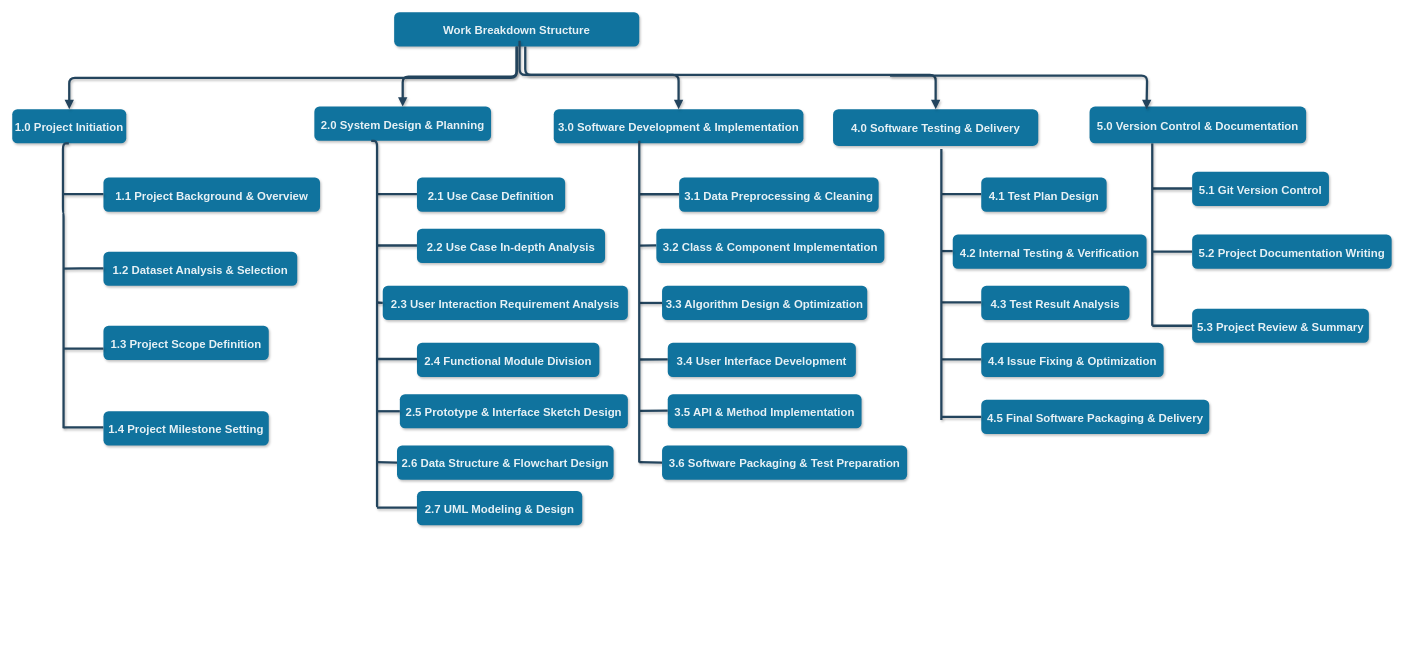
Before: resources/wbs_draft.drawio in wsq94317/SoftwareTechnologyGroup47, a draw.io diagram. Source tidied: cells renumbered, new cells numbered last; positions are measured from the earlier drawing's top-left corner, leaving out a move shared by most shapes. Both pictures are drawn from the tidied source at 57%, with x=0, y=0 at pixel (12, 12).
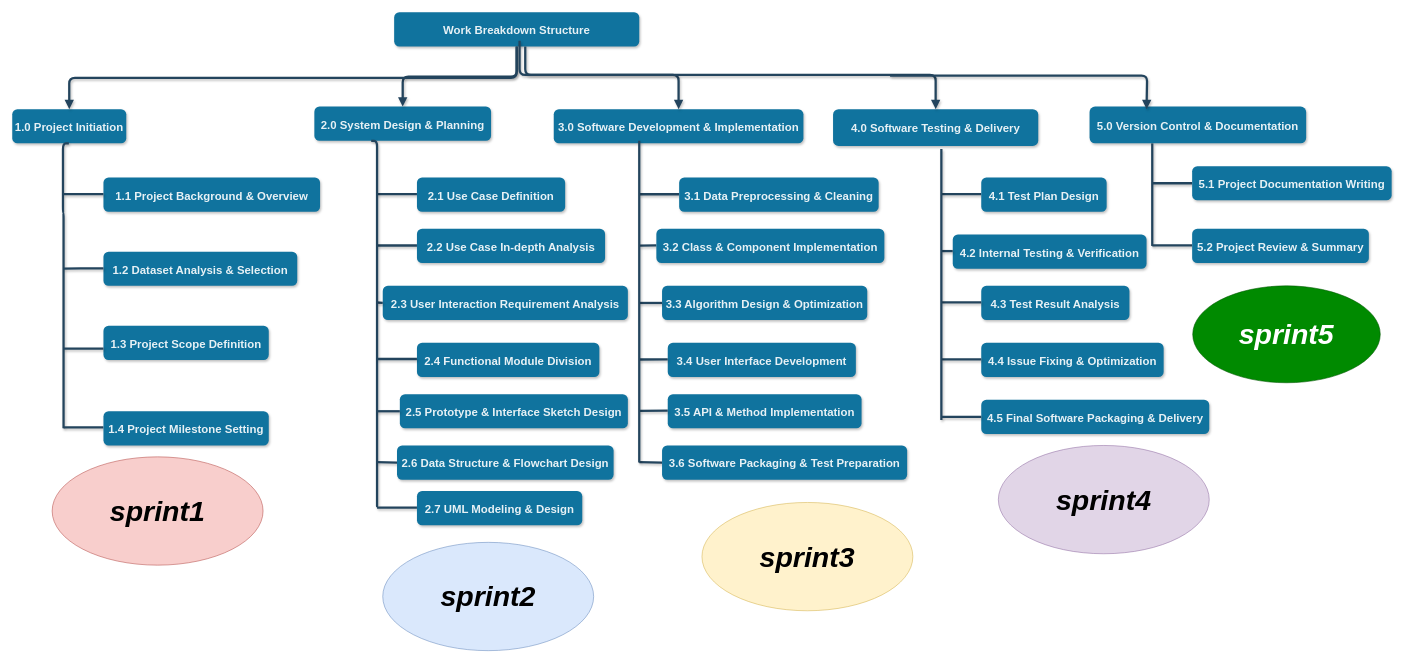
The same page after the edit.

Change to the diagram source:
```diff
@@
-    <mxCell id="57" style="elbow=vertical;strokeWidth=4;endArrow=none;endFill=0;fontStyle=1;strokeColor=#23445D;fontSize=20;textOpacity=90;shadow=1;" parent="1" edge="1">
-      <mxGeometry x="12" y="195.7" as="geometry">
-        <mxPoint x="2000" y="309.2" as="sourcePoint" />
-        <mxPoint x="2070" y="309.2" as="targetPoint" />
-        <Array as="points">
-          <mxPoint x="2040" y="309.2" />
-          <mxPoint x="2070" y="309.2" />
-        </Array>
-      </mxGeometry>
-    </mxCell>
-    <mxCell id="58" value="5.1 Git Version Control" style="rounded=1;fillColor=#10739E;strokeColor=none;shadow=1;gradientColor=none;fontStyle=1;fontColor=#FFFFFF;fontSize=20;textOpacity=90;" parent="1" vertex="1">
-      <mxGeometry x="2070" y="280" width="240" height="60" as="geometry" />
-    </mxCell>
@@
     <mxCell id="63" style="edgeStyle=orthogonalEdgeStyle;elbow=vertical;strokeWidth=4;endArrow=none;endFill=0;fontStyle=1;strokeColor=#23445D;fontSize=20;textOpacity=90;shadow=1;" parent="1" edge="1">
       <mxGeometry x="482" y="161" as="geometry">
         <mxPoint x="2000" y="230" as="sourcePoint" />
-        <mxPoint x="2000" y="550" as="targetPoint" />
+        <mxPoint x="2000" y="410" as="targetPoint" />
       </mxGeometry>
     </mxCell>
     <mxCell id="64" style="elbow=vertical;strokeWidth=4;endArrow=none;endFill=0;fontStyle=1;strokeColor=#23445D;fontSize=20;textOpacity=90;shadow=1;" parent="1" edge="1">
-      <mxGeometry x="12" y="436.5" as="geometry">
-        <mxPoint x="2000" y="550" as="sourcePoint" />
-        <mxPoint x="2070" y="550" as="targetPoint" />
+      <mxGeometry x="12" y="295.6" as="geometry">
+        <mxPoint x="2000" y="409.1" as="sourcePoint" />
+        <mxPoint x="2070" y="409.1" as="targetPoint" />
         <Array as="points">
-          <mxPoint x="2040" y="550" />
-          <mxPoint x="2070" y="550" />
+          <mxPoint x="2040" y="409.1" />
+          <mxPoint x="2070" y="409.1" />
         </Array>
       </mxGeometry>
     </mxCell>
     <mxCell id="65" style="elbow=vertical;strokeWidth=4;endArrow=none;endFill=0;fontStyle=1;strokeColor=#23445D;fontSize=20;textOpacity=90;shadow=1;" parent="1" edge="1">
-      <mxGeometry x="12" y="306.5" as="geometry">
-        <mxPoint x="2000" y="420" as="sourcePoint" />
-        <mxPoint x="2070" y="420" as="targetPoint" />
+      <mxGeometry x="12" y="186.5" as="geometry">
+        <mxPoint x="2000" y="300" as="sourcePoint" />
+        <mxPoint x="2070" y="300" as="targetPoint" />
         <Array as="points">
-          <mxPoint x="2040" y="420" />
-          <mxPoint x="2070" y="420" />
+          <mxPoint x="2040" y="300" />
+          <mxPoint x="2070" y="300" />
         </Array>
       </mxGeometry>
     </mxCell>
-    <mxCell id="66" value="5.2 Project Documentation Writing" style="rounded=1;fillColor=#10739E;strokeColor=none;shadow=1;gradientColor=none;fontStyle=1;fontColor=#FFFFFF;fontSize=20;textOpacity=90;" parent="1" vertex="1">
-      <mxGeometry x="2070" y="390" width="350" height="60" as="geometry" />
+    <mxCell id="66" value="5.1 Project Documentation Writing" style="rounded=1;fillColor=#10739E;strokeColor=none;shadow=1;gradientColor=none;fontStyle=1;fontColor=#FFFFFF;fontSize=20;textOpacity=90;" parent="1" vertex="1">
+      <mxGeometry x="2070" y="270" width="350" height="60" as="geometry" />
     </mxCell>
-    <mxCell id="67" value="5.3 Project Review &amp; Summary" style="rounded=1;fillColor=#10739E;strokeColor=none;shadow=1;gradientColor=none;fontStyle=1;fontColor=#FFFFFF;fontSize=20;textOpacity=90;" parent="1" vertex="1">
-      <mxGeometry x="2070" y="520" width="310" height="60" as="geometry" />
+    <mxCell id="67" value="5.2 Project Review &amp; Summary" style="rounded=1;fillColor=#10739E;strokeColor=none;shadow=1;gradientColor=none;fontStyle=1;fontColor=#FFFFFF;fontSize=20;textOpacity=90;" parent="1" vertex="1">
+      <mxGeometry x="2070" y="380" width="310" height="60" as="geometry" />
     </mxCell>
+    <mxCell id="68" value="&lt;font size=&quot;1&quot; style=&quot;&quot;&gt;&lt;b style=&quot;&quot;&gt;&lt;i style=&quot;font-size: 50px;&quot;&gt;sprint1&lt;/i&gt;&lt;/b&gt;&lt;/font&gt;" style="ellipse;whiteSpace=wrap;html=1;fillColor=#f8cecc;strokeColor=#b85450;" parent="1" vertex="1">
+      <mxGeometry x="70" y="780" width="370" height="190" as="geometry" />
+    </mxCell>
+    <mxCell id="69" value="&lt;font size=&quot;1&quot; style=&quot;&quot;&gt;&lt;b style=&quot;&quot;&gt;&lt;i style=&quot;font-size: 50px;&quot;&gt;sprint2&lt;/i&gt;&lt;/b&gt;&lt;/font&gt;" style="ellipse;whiteSpace=wrap;html=1;fillColor=#dae8fc;strokeColor=#6c8ebf;" parent="1" vertex="1">
+      <mxGeometry x="650" y="930" width="370" height="190" as="geometry" />
+    </mxCell>
+    <mxCell id="70" value="&lt;font size=&quot;1&quot; style=&quot;&quot;&gt;&lt;b style=&quot;&quot;&gt;&lt;i style=&quot;font-size: 50px;&quot;&gt;sprint3&lt;/i&gt;&lt;/b&gt;&lt;/font&gt;" style="ellipse;whiteSpace=wrap;html=1;fillColor=#fff2cc;strokeColor=#d6b656;" parent="1" vertex="1">
+      <mxGeometry x="1210" y="860" width="370" height="190" as="geometry" />
+    </mxCell>
+    <mxCell id="71" value="&lt;font size=&quot;1&quot; style=&quot;&quot;&gt;&lt;b style=&quot;&quot;&gt;&lt;i style=&quot;font-size: 50px;&quot;&gt;sprint4&lt;/i&gt;&lt;/b&gt;&lt;/font&gt;" style="ellipse;whiteSpace=wrap;html=1;fillColor=#e1d5e7;strokeColor=#9673a6;" parent="1" vertex="1">
+      <mxGeometry x="1730" y="760" width="370" height="190" as="geometry" />
+    </mxCell>
+    <mxCell id="72" value="&lt;font size=&quot;1&quot; style=&quot;&quot;&gt;&lt;b style=&quot;&quot;&gt;&lt;i style=&quot;font-size: 50px;&quot;&gt;sprint5&lt;/i&gt;&lt;/b&gt;&lt;/font&gt;" style="ellipse;whiteSpace=wrap;html=1;fillColor=#008a00;strokeColor=#005700;fontColor=#ffffff;" parent="1" vertex="1">
+      <mxGeometry x="2071" y="480" width="329" height="170" as="geometry" />
+    </mxCell>
```
